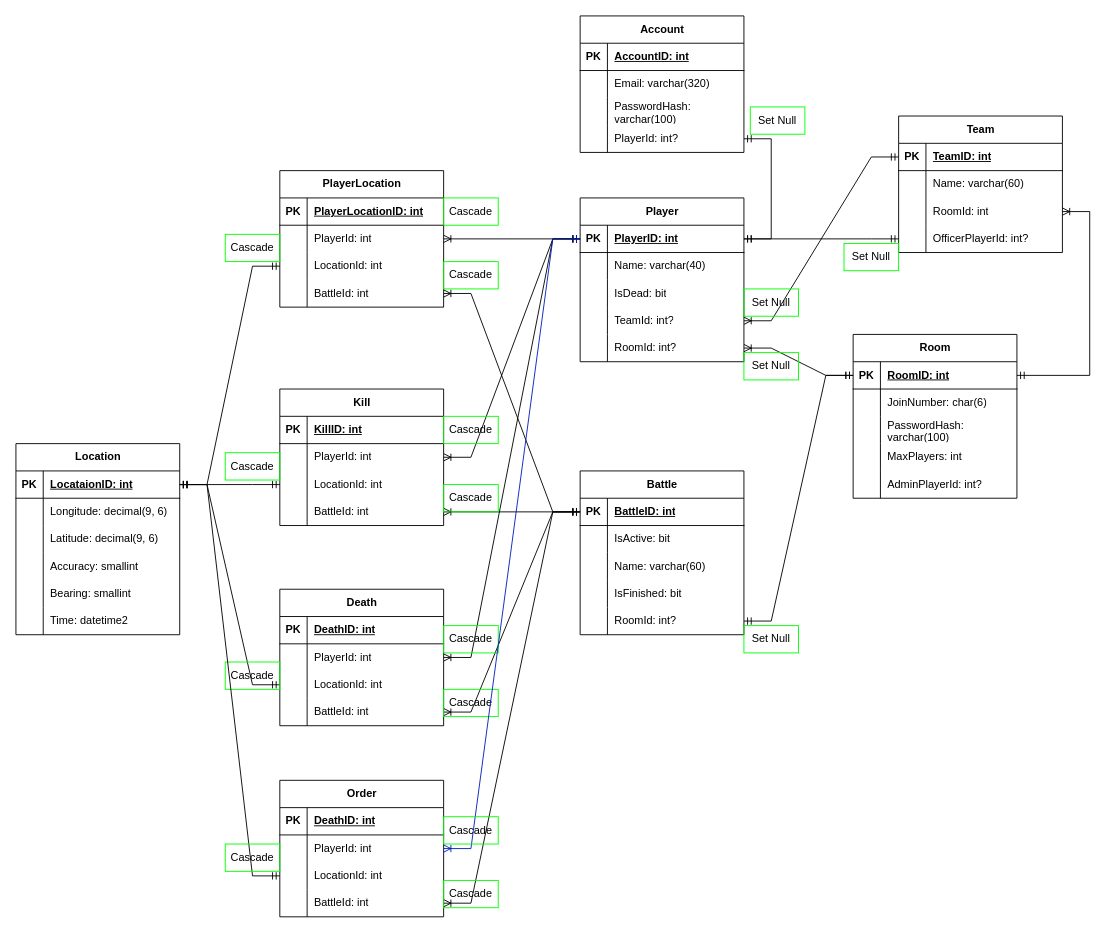
The draw.io diagram BMSDatabaseSqlBlueprint.drawio in ErNeRooo/AirsoftBattlefieldManagementSystemAPI, before the edit. Source tidied: cells renumbered, new cells numbered last; positions are measured from the earlier drawing's top-left corner, leaving out a move shared by most shapes. Both pictures are drawn from the tidied source at 91%, with x=0, y=0 at pixel (15, 15).
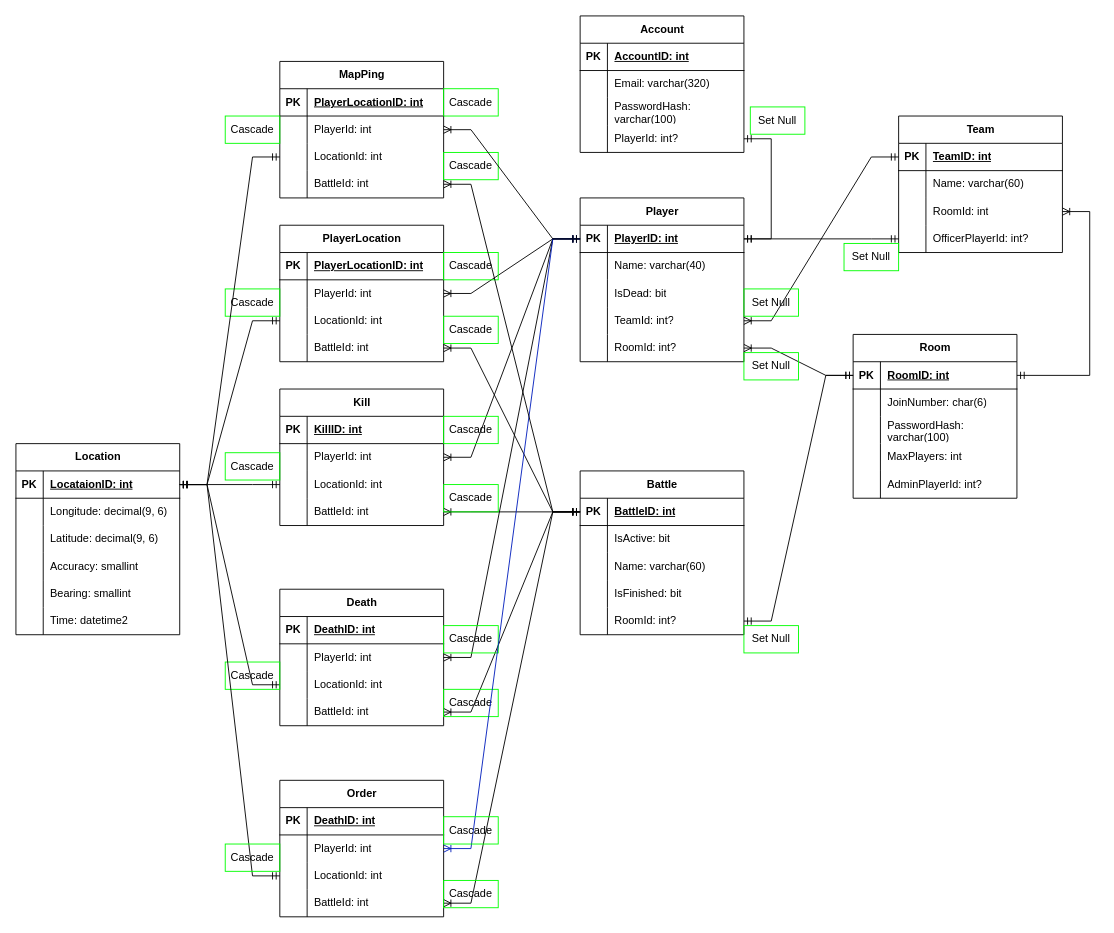
Above is the later version.

The change refers to these unchanged cells:
```xml
<mxCell id="29" style="shape=tableRow;horizontal=0;startSize=0;swimlaneHead=0;swimlaneBody=0;fillColor=none;points=[[0,0.5],[1,0.5]];portConstraint=eastwest;top=0;left=0;right=0;bottom=1;" parent="28" vertex="1">
  <mxGeometry y="30" width="180" height="30" as="geometry" />
</mxCell>
<mxCell id="61" style="shape=tableRow;horizontal=0;startSize=0;swimlaneHead=0;swimlaneBody=0;fillColor=none;points=[[0,0.5],[1,0.5]];portConstraint=eastwest;top=0;left=0;right=0;bottom=1;" parent="60" vertex="1">
  <mxGeometry y="30" width="180" height="30" as="geometry" />
</mxCell>
<mxCell id="90" style="shape=tableRow;horizontal=0;startSize=0;swimlaneHead=0;swimlaneBody=0;fillColor=none;points=[[0,0.5],[1,0.5]];portConstraint=eastwest;top=0;left=0;right=0;bottom=1;" parent="89" vertex="1">
  <mxGeometry y="30" width="180" height="30" as="geometry" />
</mxCell>
```

Diff of the diagram source:
```diff
@@
     <mxCell id="2" value="PlayerLocation" style="shape=table;startSize=30;childLayout=tableLayout;rowLines=0;fontStyle=1;align=center;html=1;" parent="1" vertex="1">
-      <mxGeometry x="290" y="170" width="180" height="150" as="geometry" />
+      <mxGeometry x="290" y="230" width="180" height="150" as="geometry" />
     </mxCell>
@@
     <mxCell id="148" value="Cascade" style="text;html=1;align=center;verticalAlign=middle;whiteSpace=wrap;rounded=0;strokeColor=light-dark(#00FF00,transparent);fillColor=none;" parent="1" vertex="1">
-      <mxGeometry x="230" y="240" width="60" height="30" as="geometry" />
+      <mxGeometry x="230" y="300" width="60" height="30" as="geometry" />
     </mxCell>
@@
     <mxCell id="151" value="Cascade" style="text;html=1;align=center;verticalAlign=middle;whiteSpace=wrap;rounded=0;strokeColor=light-dark(#00FF00,transparent);fillColor=none;" parent="1" vertex="1">
-      <mxGeometry x="470" y="200" width="60" height="30" as="geometry" />
+      <mxGeometry x="470" y="260" width="60" height="30" as="geometry" />
     </mxCell>
     <mxCell id="152" value="Cascade" style="text;html=1;align=center;verticalAlign=middle;whiteSpace=wrap;rounded=0;strokeColor=light-dark(#00FF00,transparent);fillColor=none;" parent="1" vertex="1">
-      <mxGeometry x="470" y="270" width="60" height="30" as="geometry" />
+      <mxGeometry x="470" y="330" width="60" height="30" as="geometry" />
     </mxCell>
@@
+    <mxCell id="182" value="MapPing" style="shape=table;startSize=30;childLayout=tableLayout;rowLines=0;fontStyle=1;align=center;html=1;" parent="1" vertex="1">
+      <mxGeometry x="290" y="50" width="180" height="150" as="geometry" />
+    </mxCell>
+    <mxCell id="183" style="shape=tableRow;horizontal=0;startSize=0;swimlaneHead=0;swimlaneBody=0;fillColor=none;top=0;left=0;right=0;bottom=1;" parent="182" vertex="1">
+      <mxGeometry y="30" width="180" height="30" as="geometry" />
+    </mxCell>
+    <mxCell id="184" value="PK" style="shape=partialRectangle;fillColor=none;top=0;left=0;bottom=0;right=0;fontStyle=1;overflow=hidden;whiteSpace=wrap;html=1;" parent="183" vertex="1">
+      <mxGeometry width="30" height="30" as="geometry" />
+    </mxCell>
+    <mxCell id="185" value="PlayerLocationID: int" style="shape=partialRectangle;fillColor=none;top=0;left=0;bottom=0;right=0;align=left;spacingLeft=6;fontStyle=5;overflow=hidden;whiteSpace=wrap;html=1;" parent="183" vertex="1">
+      <mxGeometry x="30" width="150" height="30" as="geometry" />
+    </mxCell>
+    <mxCell id="186" style="shape=tableRow;horizontal=0;startSize=0;swimlaneHead=0;swimlaneBody=0;fillColor=none;points=[[0,0.5],[1,0.5]];portConstraint=eastwest;top=0;left=0;right=0;bottom=0;" parent="182" vertex="1">
+      <mxGeometry y="60" width="180" height="30" as="geometry" />
+    </mxCell>
+    <mxCell id="187" style="shape=partialRectangle;fillColor=none;top=0;left=0;bottom=0;right=0;overflow=hidden;whiteSpace=wrap;html=1;" parent="186" vertex="1">
+      <mxGeometry width="30" height="30" as="geometry" />
+    </mxCell>
+    <mxCell id="188" value="PlayerId: int" style="shape=partialRectangle;fillColor=none;top=0;left=0;bottom=0;right=0;align=left;spacingLeft=6;overflow=hidden;whiteSpace=wrap;html=1;" parent="186" vertex="1">
+      <mxGeometry x="30" width="150" height="30" as="geometry" />
+    </mxCell>
+    <mxCell id="189" style="shape=tableRow;horizontal=0;startSize=0;swimlaneHead=0;swimlaneBody=0;fillColor=none;points=[[0,0.5],[1,0.5]];portConstraint=eastwest;top=0;left=0;right=0;bottom=0;" parent="182" vertex="1">
+      <mxGeometry y="90" width="180" height="30" as="geometry" />
+    </mxCell>
+    <mxCell id="190" style="shape=partialRectangle;fillColor=none;top=0;left=0;bottom=0;right=0;overflow=hidden;whiteSpace=wrap;html=1;" parent="189" vertex="1">
+      <mxGeometry width="30" height="30" as="geometry" />
+    </mxCell>
+    <mxCell id="191" value="LocationId: int" style="shape=partialRectangle;fillColor=none;top=0;left=0;bottom=0;right=0;align=left;spacingLeft=6;overflow=hidden;whiteSpace=wrap;html=1;" parent="189" vertex="1">
+      <mxGeometry x="30" width="150" height="30" as="geometry" />
+    </mxCell>
+    <mxCell id="192" style="shape=tableRow;horizontal=0;startSize=0;swimlaneHead=0;swimlaneBody=0;fillColor=none;points=[[0,0.5],[1,0.5]];portConstraint=eastwest;top=0;left=0;right=0;bottom=0;" parent="182" vertex="1">
+      <mxGeometry y="120" width="180" height="30" as="geometry" />
+    </mxCell>
+    <mxCell id="193" style="shape=partialRectangle;fillColor=none;top=0;left=0;bottom=0;right=0;overflow=hidden;whiteSpace=wrap;html=1;" parent="192" vertex="1">
+      <mxGeometry width="30" height="30" as="geometry" />
+    </mxCell>
+    <mxCell id="194" value="BattleId: int" style="shape=partialRectangle;fillColor=none;top=0;left=0;bottom=0;right=0;align=left;spacingLeft=6;overflow=hidden;whiteSpace=wrap;html=1;" parent="192" vertex="1">
+      <mxGeometry x="30" width="150" height="30" as="geometry" />
+    </mxCell>
+    <mxCell id="195" value="Cascade" style="text;html=1;align=center;verticalAlign=middle;whiteSpace=wrap;rounded=0;strokeColor=light-dark(#00FF00,transparent);fillColor=none;" parent="1" vertex="1">
+      <mxGeometry x="470" y="80" width="60" height="30" as="geometry" />
+    </mxCell>
+    <mxCell id="196" value="Cascade" style="text;html=1;align=center;verticalAlign=middle;whiteSpace=wrap;rounded=0;strokeColor=light-dark(#00FF00,transparent);fillColor=none;" parent="1" vertex="1">
+      <mxGeometry x="470" y="150" width="60" height="30" as="geometry" />
+    </mxCell>
+    <mxCell id="197" value="Cascade" style="text;html=1;align=center;verticalAlign=middle;whiteSpace=wrap;rounded=0;strokeColor=light-dark(#00FF00,transparent);fillColor=none;" parent="1" vertex="1">
+      <mxGeometry x="230" y="110" width="60" height="30" as="geometry" />
+    </mxCell>
+    <mxCell id="198" style="edgeStyle=entityRelationEdgeStyle;fontSize=12;html=1;endArrow=ERoneToMany;startArrow=ERmandOne;rounded=0;strokeColor=light-dark(#000000,#3333FF);" parent="1" edge="1" source="61" target="186">
+      <mxGeometry relative="1" as="geometry" />
+    </mxCell>
+    <mxCell id="199" style="edgeStyle=entityRelationEdgeStyle;fontSize=12;html=1;endArrow=ERoneToMany;startArrow=ERmandOne;rounded=0;strokeColor=light-dark(#000000,#3333FF);" parent="1" edge="1" source="90" target="192">
+      <mxGeometry relative="1" as="geometry" />
+    </mxCell>
+    <mxCell id="200" style="edgeStyle=entityRelationEdgeStyle;fontSize=12;html=1;endArrow=ERmandOne;startArrow=ERmandOne;rounded=0;strokeColor=light-dark(#000000,#8AFF00);" parent="1" edge="1" source="29" target="189">
+      <mxGeometry relative="1" as="geometry">
+        <Array as="points">
+          <mxPoint x="200" y="540" />
+          <mxPoint x="220" y="540" />
+        </Array>
+      </mxGeometry>
+    </mxCell>
```
